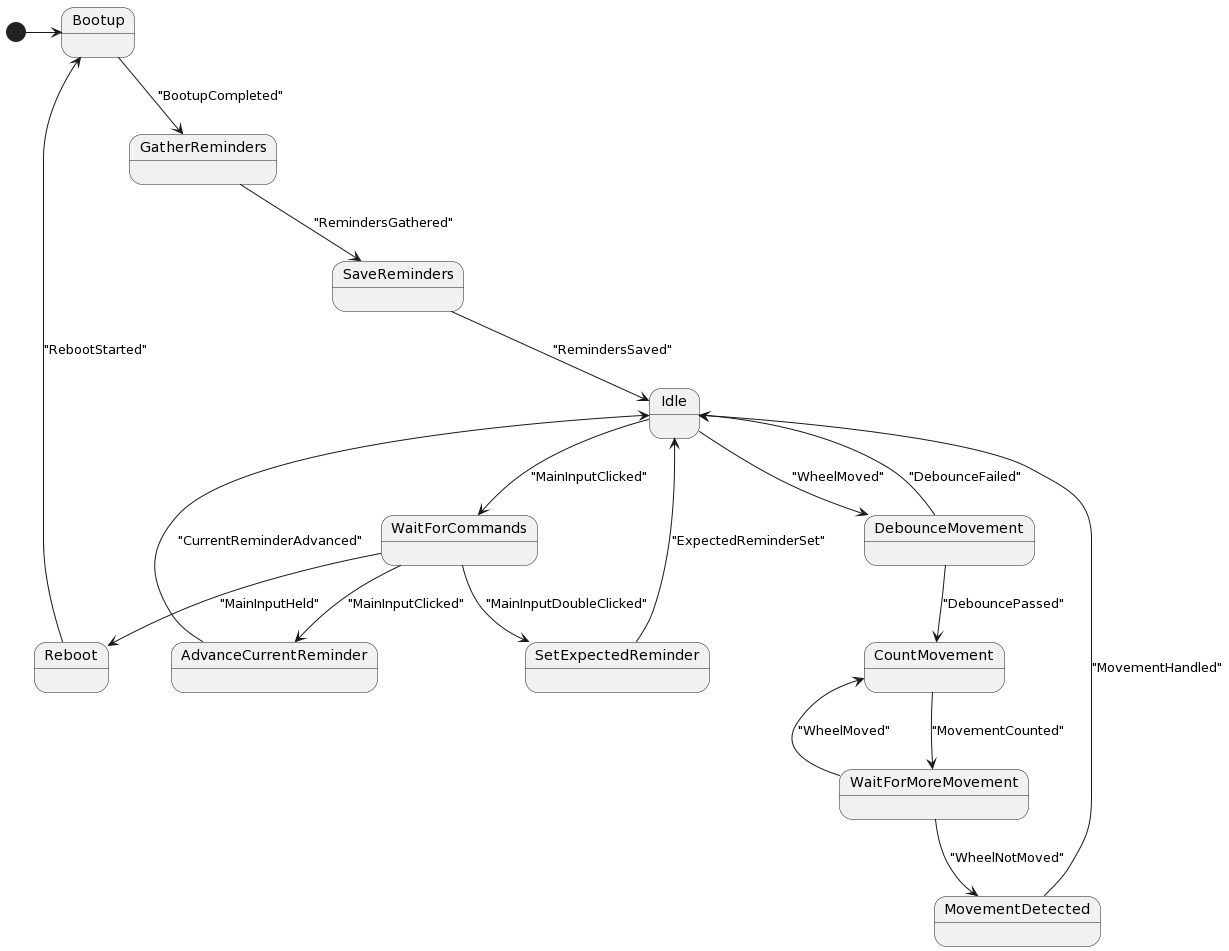
eejai42/med-reminder keeps this PlantUML diagram as docs/state-machine-planttext.uml.png. Above is the earlier version.
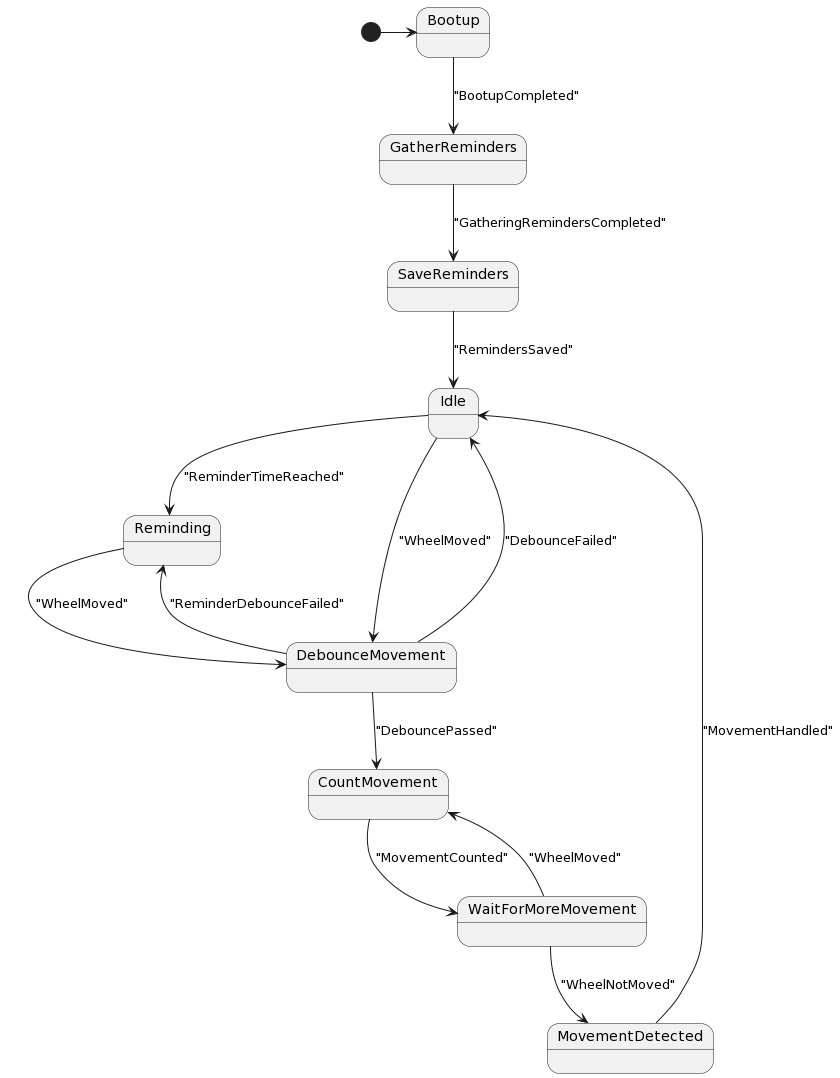
After the change.

Diff of the diagram source:
```diff
@@ -1,49 +1,38 @@
 @startuml
 [*] -> Bootup
-state AdvanceCurrentReminder
-state Idle
-state MovementDetected
-state WaitForCommands
-state Reboot
-state WaitForMoreMovement
-state CountMovement
 state Bootup
 state GatherReminders
 state SaveReminders
+state Reminding
+state Idle
 state DebounceMovement
-state SetExpectedReminder
+state CountMovement
+state WaitForMoreMovement
+state MovementDetected
 
-AdvanceCurrentReminder --> Idle : "CurrentReminderAdvanced"
+Bootup --> GatherReminders : "BootupCompleted"
+
+GatherReminders --> SaveReminders : "GatheringRemindersCompleted"
+
+SaveReminders --> Idle : "RemindersSaved"
+
+Reminding --> DebounceMovement : "WheelMoved"
+
+Idle --> Reminding : "ReminderTimeReached"
 
 Idle --> DebounceMovement : "WheelMoved"
 
-Idle --> WaitForCommands : "MainInputClicked"
+DebounceMovement --> Reminding : "ReminderDebounceFailed"
 
-MovementDetected --> Idle : "MovementHandled"
+DebounceMovement --> Idle : "DebounceFailed"
 
-WaitForCommands --> SetExpectedReminder : "MainInputDoubleClicked"
+DebounceMovement --> CountMovement : "DebouncePassed"
 
-WaitForCommands --> AdvanceCurrentReminder : "MainInputClicked"
-
-WaitForCommands --> Reboot : "MainInputHeld"
-
-Reboot --> Bootup : "RebootStarted"
+CountMovement --> WaitForMoreMovement : "MovementCounted"
 
 WaitForMoreMovement --> CountMovement : "WheelMoved"
 
 WaitForMoreMovement --> MovementDetected : "WheelNotMoved"
 
-CountMovement --> WaitForMoreMovement : "MovementCounted"
-
-Bootup --> GatherReminders : "BootupCompleted"
-
-GatherReminders --> SaveReminders : "RemindersGathered"
-
-SaveReminders --> Idle : "RemindersSaved"
-
-DebounceMovement --> CountMovement : "DebouncePassed"
-
-DebounceMovement --> Idle : "DebounceFailed"
-
-SetExpectedReminder --> Idle : "ExpectedReminderSet"
+MovementDetected --> Idle : "MovementHandled"
 @enduml
```
